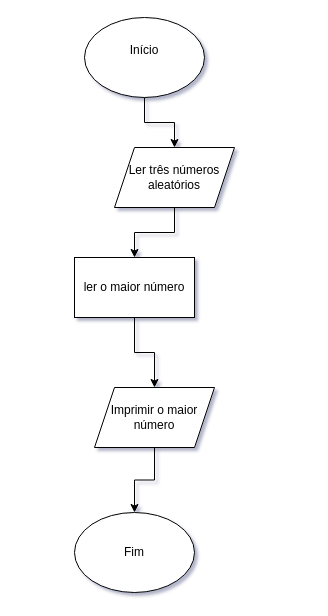
Above: flux4.drawio in YAS2207/Fluxograma (draw.io), before the change. Source tidied: cells renumbered, new cells numbered last; positions are measured from the earlier drawing's top-left corner, leaving out a move shared by most shapes. Both pictures are drawn from the tidied source at 100%, with x=0, y=0 at pixel (74, 17).
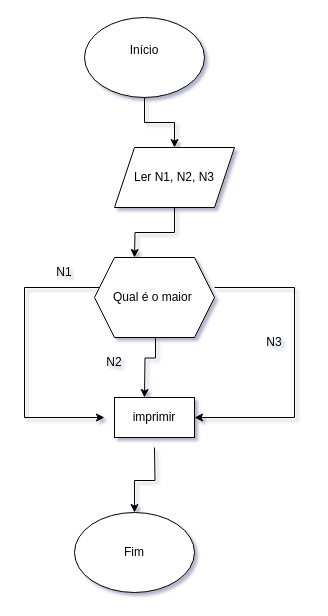
The same diagram, later.

The change refers to these unchanged cells:
```xml
<mxCell id="4" value="Fim" style="ellipse;whiteSpace=wrap;html=1;shapeInside=1;labelBackgroundColor=none;rounded=0;" parent="1" vertex="1">
  <mxGeometry y="495" width="120" height="80" as="geometry" />
</mxCell>
```

Diff of the diagram source:
```diff
@@
-    <mxCell id="5" style="edgeStyle=orthogonalEdgeStyle;rounded=0;jettySize=auto;html=1;labelBackgroundColor=none;fontColor=default;" parent="1" edge="1" source="6" target="10">
-      <mxGeometry relative="1" as="geometry" />
+    <mxCell id="5" style="edgeStyle=orthogonalEdgeStyle;rounded=0;orthogonalLoop=1;jettySize=auto;html=1;labelBackgroundColor=none;fontColor=default;" parent="1" edge="1">
+      <mxGeometry relative="1" as="geometry">
+        <mxPoint x="60" y="300" as="sourcePoint" />
+        <mxPoint x="70" y="380" as="targetPoint" />
+      </mxGeometry>
     </mxCell>
-    <mxCell id="6" value="ler o maior número" style="rounded=0;whiteSpace=wrap;html=1;labelBackgroundColor=none;" parent="1" vertex="1">
-      <mxGeometry y="240" width="120" height="60" as="geometry" />
-    </mxCell>
-    <mxCell id="7" style="edgeStyle=orthogonalEdgeStyle;rounded=0;jettySize=auto;html=1;labelBackgroundColor=none;fontColor=default;" parent="1" edge="1" source="8" target="6">
-      <mxGeometry relative="1" as="geometry" />
+    <mxCell id="7" style="edgeStyle=orthogonalEdgeStyle;rounded=0;jettySize=auto;html=1;labelBackgroundColor=none;fontColor=default;" parent="1" edge="1" source="8">
+      <mxGeometry relative="1" as="geometry">
+        <mxPoint x="60" y="240" as="targetPoint" />
+      </mxGeometry>
     </mxCell>
-    <mxCell id="8" value="Ler três números aleatórios" style="shape=parallelogram;perimeter=parallelogramPerimeter;whiteSpace=wrap;html=1;shapeInside=1;fixedSize=1;labelBackgroundColor=none;rounded=0;" parent="1" vertex="1">
+    <mxCell id="8" value="Ler N1, N2, N3" style="shape=parallelogram;perimeter=parallelogramPerimeter;whiteSpace=wrap;html=1;shapeInside=1;fixedSize=1;labelBackgroundColor=none;rounded=0;" parent="1" vertex="1">
       <mxGeometry x="40" y="130" width="120" height="60" as="geometry" />
     </mxCell>
-    <mxCell id="9" style="edgeStyle=orthogonalEdgeStyle;rounded=0;jettySize=auto;html=1;labelBackgroundColor=none;fontColor=default;" parent="1" edge="1" source="10" target="4">
-      <mxGeometry relative="1" as="geometry" />
+    <mxCell id="9" style="edgeStyle=orthogonalEdgeStyle;rounded=0;jettySize=auto;html=1;labelBackgroundColor=none;fontColor=default;" parent="1" edge="1" target="4">
+      <mxGeometry relative="1" as="geometry">
+        <mxPoint x="80" y="430" as="sourcePoint" />
+      </mxGeometry>
     </mxCell>
-    <mxCell id="10" value="Imprimir o maior número" style="shape=parallelogram;perimeter=parallelogramPerimeter;whiteSpace=wrap;html=1;shapeInside=1;fixedSize=1;labelBackgroundColor=none;rounded=0;" parent="1" vertex="1">
-      <mxGeometry x="20" y="370" width="120" height="60" as="geometry" />
-    </mxCell>
+    <mxCell id="11" style="edgeStyle=orthogonalEdgeStyle;rounded=0;jettySize=auto;html=1;entryX=1;entryY=0.5;entryDx=0;entryDy=0;" parent="1" edge="1" target="14">
+      <mxGeometry relative="1" as="geometry">
+        <mxPoint x="140" y="270" as="sourcePoint" />
+        <Array as="points">
+          <mxPoint x="220" y="270" />
+          <mxPoint x="220" y="400" />
+        </Array>
+      </mxGeometry>
+    </mxCell>
+    <mxCell id="12" style="edgeStyle=orthogonalEdgeStyle;rounded=0;orthogonalLoop=1;jettySize=auto;html=1;" parent="1" edge="1">
+      <mxGeometry relative="1" as="geometry">
+        <mxPoint x="54" y="270" as="sourcePoint" />
+        <mxPoint x="30" y="400" as="targetPoint" />
+        <Array as="points">
+          <mxPoint x="-50" y="270" />
+          <mxPoint x="-50" y="400" />
+        </Array>
+      </mxGeometry>
+    </mxCell>
+    <mxCell id="13" value="Qual é o maior&amp;nbsp;" style="shape=hexagon;perimeter=hexagonPerimeter2;whiteSpace=wrap;html=1;shapeInside=1;fixedSize=1;" parent="1" vertex="1">
+      <mxGeometry x="20" y="240" width="120" height="80" as="geometry" />
+    </mxCell>
+    <mxCell id="14" value="imprimir" style="rounded=0;whiteSpace=wrap;html=1;" parent="1" vertex="1">
+      <mxGeometry x="40" y="380" width="80" height="40" as="geometry" />
+    </mxCell>
+    <mxCell id="15" value="N1" style="text;html=1;whiteSpace=wrap;strokeColor=none;fillColor=none;align=center;verticalAlign=middle;rounded=0;" parent="1" vertex="1">
+      <mxGeometry x="-40" y="240" width="60" height="30" as="geometry" />
+    </mxCell>
+    <mxCell id="16" value="N2" style="text;html=1;whiteSpace=wrap;strokeColor=none;fillColor=none;align=center;verticalAlign=middle;rounded=0;" parent="1" vertex="1">
+      <mxGeometry x="10" y="330" width="60" height="30" as="geometry" />
+    </mxCell>
+    <mxCell id="17" value="N3" style="text;html=1;whiteSpace=wrap;strokeColor=none;fillColor=none;align=center;verticalAlign=middle;rounded=0;" parent="1" vertex="1">
+      <mxGeometry x="170" y="310" width="60" height="30" as="geometry" />
+    </mxCell>
```
